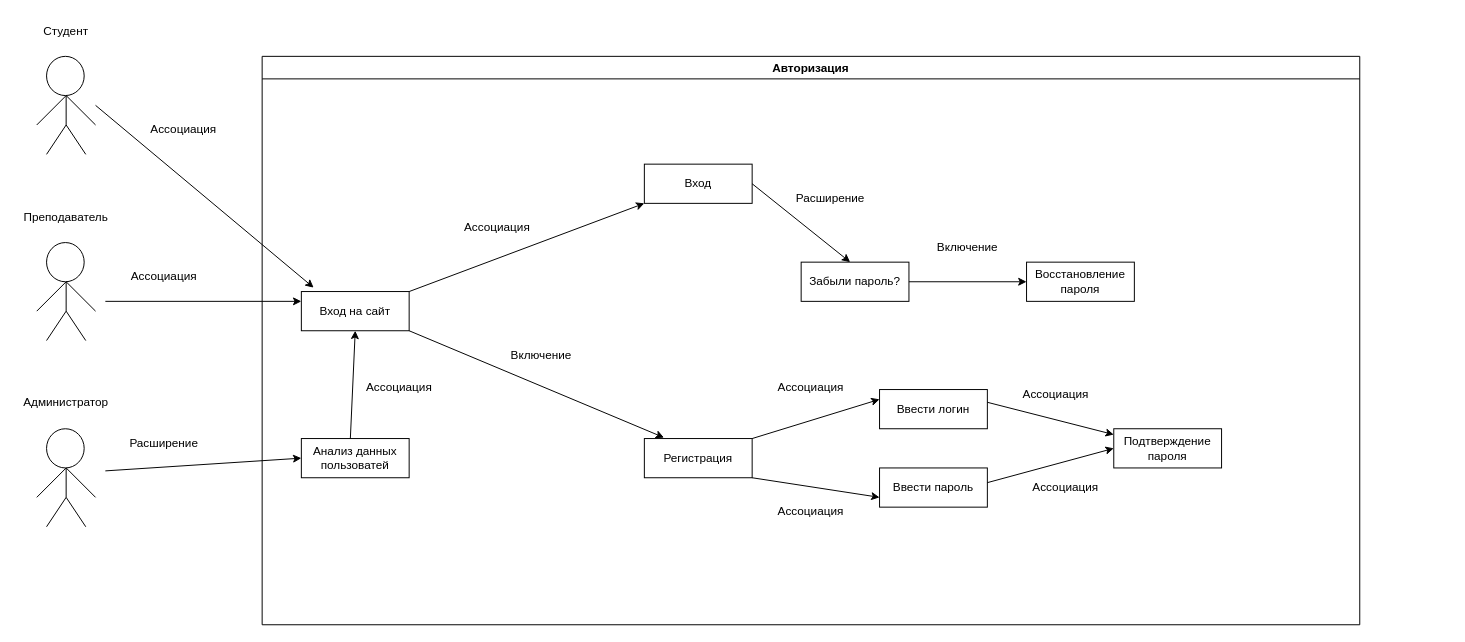
Before: wffwfwfwf.drawio in foreverhermit/Kursovaya-rabota, a draw.io diagram. Source tidied: cells renumbered, new cells numbered last; positions are measured from the earlier drawing's top-left corner, leaving out a move shared by most shapes. Both pictures are drawn from the tidied source at 98%, with x=0, y=0 at pixel (17, 17).
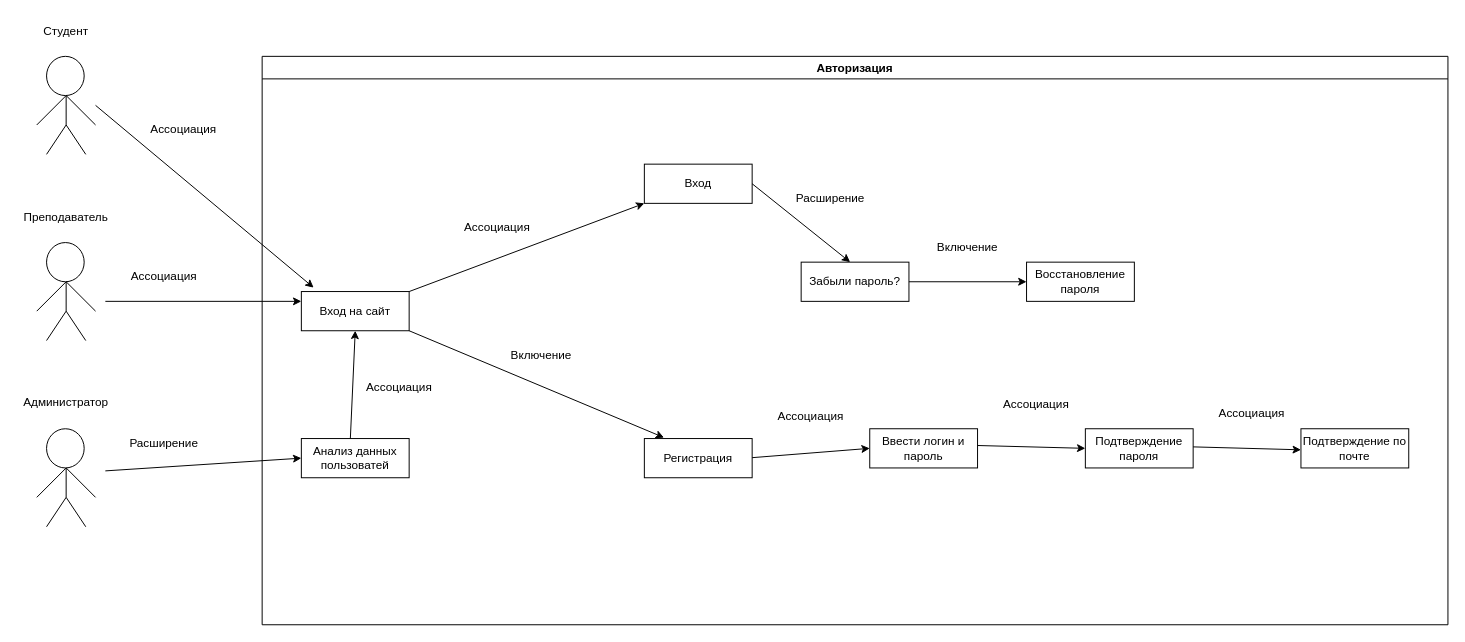
After the change.

Change to the diagram source:
```diff
@@
     <mxCell id="23" value="Авторизация" style="swimlane;whiteSpace=wrap;html=1;" parent="1" vertex="1">
-      <mxGeometry x="250" y="40" width="1120" height="580" as="geometry" />
+      <mxGeometry x="250" y="40" width="1210" height="580" as="geometry" />
     </mxCell>
@@
-    <mxCell id="29" value="Ввести логин" style="rounded=0;whiteSpace=wrap;html=1;" parent="23" vertex="1">
-      <mxGeometry x="630" y="340" width="110" height="40" as="geometry" />
+    <mxCell id="29" value="Ввести логин и пароль" style="rounded=0;whiteSpace=wrap;html=1;" parent="23" vertex="1">
+      <mxGeometry x="620" y="380" width="110" height="40" as="geometry" />
     </mxCell>
-    <mxCell id="30" value="Ввести пароль" style="rounded=0;whiteSpace=wrap;html=1;" parent="23" vertex="1">
-      <mxGeometry x="630" y="420" width="110" height="40" as="geometry" />
-    </mxCell>
-    <mxCell id="31" style="endArrow=classic;html=1;rounded=0;entryX=0;entryY=0.25;entryDx=0;entryDy=0;" parent="23" edge="1" target="29">
+    <mxCell id="31" style="endArrow=classic;html=1;rounded=0;entryX=0;entryY=0.5;entryDx=0;entryDy=0;" parent="23" edge="1" target="29">
       <mxGeometry relative="1" as="geometry">
-        <mxPoint x="500" y="390" as="sourcePoint" />
+        <mxPoint x="500" y="409.5" as="sourcePoint" />
       </mxGeometry>
     </mxCell>
-    <mxCell id="32" style="endArrow=classic;html=1;rounded=0;entryX=0;entryY=0.75;entryDx=0;entryDy=0;" parent="23" edge="1" target="30">
-      <mxGeometry relative="1" as="geometry">
-        <mxPoint x="500" y="430" as="sourcePoint" />
-      </mxGeometry>
-    </mxCell>
     <mxCell id="33" value="Подтверждение пароля" style="rounded=0;whiteSpace=wrap;html=1;" parent="23" vertex="1">
-      <mxGeometry x="869" y="380" width="110" height="40" as="geometry" />
+      <mxGeometry x="840" y="380" width="110" height="40" as="geometry" />
     </mxCell>
-    <mxCell id="34" style="endArrow=classic;html=1;rounded=0;entryX=0;entryY=0.5;entryDx=0;entryDy=0;" parent="23" edge="1" target="33">
-      <mxGeometry relative="1" as="geometry">
-        <mxPoint x="740" y="435" as="sourcePoint" />
-      </mxGeometry>
-    </mxCell>
-    <mxCell id="35" style="endArrow=classic;html=1;rounded=0;" parent="23" edge="1" target="33">
+    <mxCell id="35" style="endArrow=classic;html=1;rounded=0;" parent="23" edge="1">
       <mxGeometry relative="1" as="geometry">
-        <mxPoint x="740" y="353" as="sourcePoint" />
+        <mxPoint x="730" y="397.1" as="sourcePoint" />
+        <mxPoint x="840" y="400" as="targetPoint" />
       </mxGeometry>
     </mxCell>
@@
     <mxCell id="41" value="Ассоциация" style="text;html=1;align=center;verticalAlign=middle;whiteSpace=wrap;rounded=0;" parent="23" vertex="1">
-      <mxGeometry x="530" y="323" width="60" height="30" as="geometry" />
+      <mxGeometry x="530" y="353" width="60" height="30" as="geometry" />
     </mxCell>
-    <mxCell id="42" value="Ассоциация" style="text;html=1;align=center;verticalAlign=middle;whiteSpace=wrap;rounded=0;" parent="23" vertex="1">
-      <mxGeometry x="530" y="450" width="60" height="30" as="geometry" />
-    </mxCell>
     <mxCell id="43" value="Ассоциация" style="text;html=1;align=center;verticalAlign=middle;whiteSpace=wrap;rounded=0;" parent="23" vertex="1">
-      <mxGeometry x="780" y="330" width="60" height="30" as="geometry" />
+      <mxGeometry x="760" y="340" width="60" height="30" as="geometry" />
     </mxCell>
-    <mxCell id="44" value="Ассоциация" style="text;html=1;align=center;verticalAlign=middle;whiteSpace=wrap;rounded=0;" parent="23" vertex="1">
-      <mxGeometry x="790" y="425" width="60" height="30" as="geometry" />
-    </mxCell>
@@
+    <mxCell id="60" style="endArrow=classic;html=1;rounded=0;" parent="23" edge="1">
+      <mxGeometry relative="1" as="geometry">
+        <mxPoint x="950" y="398.5" as="sourcePoint" />
+        <mxPoint x="1060" y="401.5" as="targetPoint" />
+      </mxGeometry>
+    </mxCell>
+    <mxCell id="61" value="Подтверждение по почте" style="rounded=0;whiteSpace=wrap;html=1;" parent="23" vertex="1">
+      <mxGeometry x="1060" y="380" width="110" height="40" as="geometry" />
+    </mxCell>
+    <mxCell id="62" value="Ассоциация" style="text;html=1;align=center;verticalAlign=middle;whiteSpace=wrap;rounded=0;" parent="23" vertex="1">
+      <mxGeometry x="980" y="350" width="60" height="30" as="geometry" />
+    </mxCell>
```
